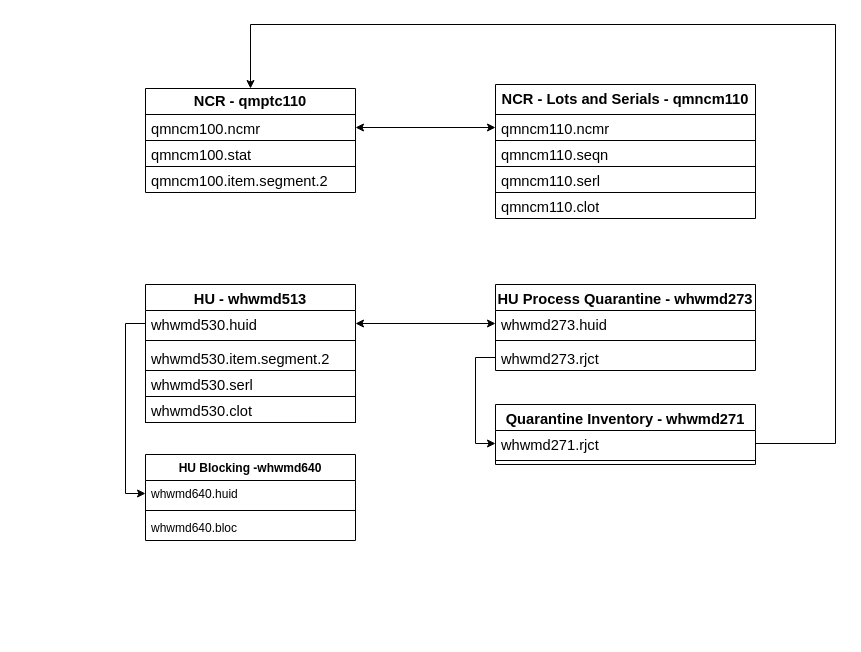
This is ER.drawio from Ruindy/ramus, a draw.io file, before an edit. Source tidied: cells renumbered, new cells numbered last; positions are measured from the earlier drawing's top-left corner, leaving out a move shared by most shapes. Both pictures are drawn from the tidied source at 100%, with x=0, y=0 at pixel (145, 24).
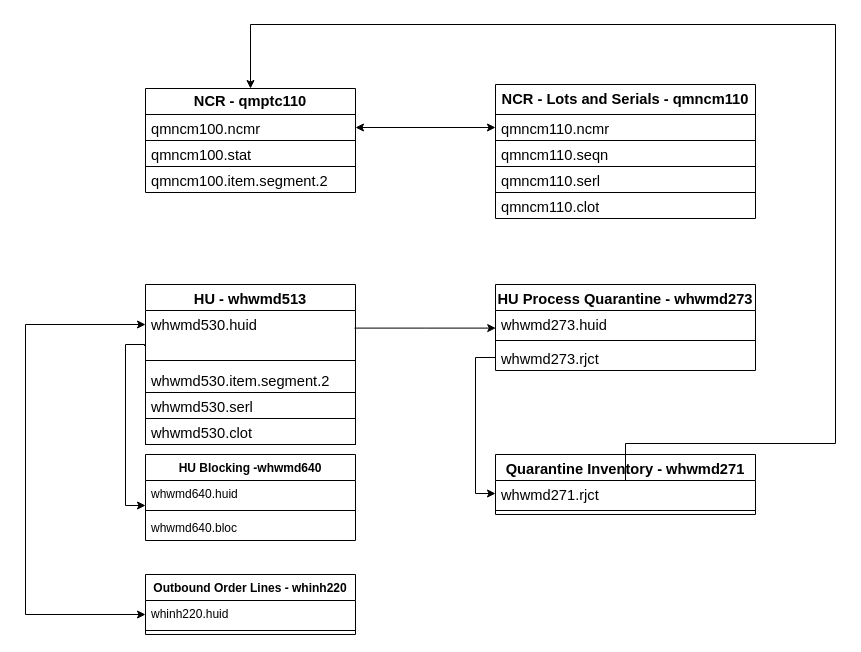
The same diagram, later.

The change refers to these unchanged cells:
```xml
<mxCell id="19" value="&lt;span style=&quot;font-size:11.0pt;mso-bidi-font-size:10.0pt;&lt;br/&gt;font-family:&amp;quot;Calibri&amp;quot;,sans-serif;mso-fareast-font-family:&amp;quot;Times New Roman&amp;quot;;&lt;br/&gt;mso-bidi-font-family:&amp;quot;Times New Roman&amp;quot;;mso-ansi-language:EN-US;mso-fareast-language:&lt;br/&gt;RU;mso-bidi-language:AR-SA&quot;&gt;whwmd273.huid&lt;/span&gt;" style="text;strokeColor=none;fillColor=none;align=left;verticalAlign=top;spacingLeft=4;spacingRight=4;overflow=hidden;points=[[0,0.5],[1,0.5]];portConstraint=eastwest;whiteSpace=wrap;html=1;" parent="18" vertex="1">
  <mxGeometry y="26" width="260" height="26" as="geometry" />
</mxCell>
<mxCell id="29" value="whwmd640.huid" style="text;strokeColor=none;fillColor=none;align=left;verticalAlign=top;spacingLeft=4;spacingRight=4;overflow=hidden;points=[[0,0.5],[1,0.5]];portConstraint=eastwest;whiteSpace=wrap;html=1;" parent="28" vertex="1">
  <mxGeometry y="26" width="210" height="26" as="geometry" />
</mxCell>
```

The edit, as a diff of the source:
```diff
@@
     <mxCell id="12" value="&lt;b&gt;&lt;span style=&quot;font-size:11.0pt;mso-bidi-font-size:&lt;br/&gt;10.0pt;font-family:&amp;quot;Calibri&amp;quot;,sans-serif;mso-fareast-font-family:&amp;quot;Times New Roman&amp;quot;;&lt;br/&gt;mso-bidi-font-family:&amp;quot;Times New Roman&amp;quot;;mso-ansi-language:EN-US;mso-fareast-language:&lt;br/&gt;RU;mso-bidi-language:AR-SA&quot;&gt;HU - whwmd513&lt;br&gt;&lt;/span&gt;&lt;/b&gt;" style="swimlane;fontStyle=1;align=center;verticalAlign=top;horizontal=1;startSize=26;whiteSpace=wrap;html=1;" parent="1" vertex="1">
-      <mxGeometry y="260" width="210" height="138" as="geometry" />
+      <mxGeometry y="260" width="210" height="160" as="geometry" />
     </mxCell>
     <mxCell id="13" value="&lt;span style=&quot;font-size:11.0pt;mso-bidi-font-size:&lt;br/&gt;10.0pt;font-family:&amp;quot;Calibri&amp;quot;,sans-serif;mso-fareast-font-family:&amp;quot;Times New Roman&amp;quot;;&lt;br/&gt;mso-bidi-font-family:&amp;quot;Times New Roman&amp;quot;;mso-ansi-language:RU;mso-fareast-language:&lt;br/&gt;RU;mso-bidi-language:AR-SA&quot; lang=&quot;RU&quot;&gt;whwmd530&lt;/span&gt;&lt;span style=&quot;font-size:11.0pt;&lt;br/&gt;mso-bidi-font-size:10.0pt;font-family:&amp;quot;Calibri&amp;quot;,sans-serif;mso-fareast-font-family:&lt;br/&gt;&amp;quot;Times New Roman&amp;quot;;mso-bidi-font-family:&amp;quot;Times New Roman&amp;quot;;mso-ansi-language:&lt;br/&gt;EN-US;mso-fareast-language:RU;mso-bidi-language:AR-SA&quot;&gt;.huid&lt;/span&gt;" style="text;strokeColor=none;fillColor=none;align=left;verticalAlign=top;spacingLeft=4;spacingRight=4;overflow=hidden;points=[[0,0.5],[1,0.5]];portConstraint=eastwest;whiteSpace=wrap;html=1;" parent="12" vertex="1">
-      <mxGeometry y="26" width="210" height="26" as="geometry" />
+      <mxGeometry y="26" width="210" height="44" as="geometry" />
     </mxCell>
     <mxCell id="14" style="line;strokeWidth=1;fillColor=none;align=left;verticalAlign=middle;spacingTop=-1;spacingLeft=3;spacingRight=3;labelPosition=right;strokeColor=inherit;" parent="12" vertex="1">
-      <mxGeometry y="52" width="210" height="8" as="geometry" />
+      <mxGeometry y="70" width="210" height="12" as="geometry" />
     </mxCell>
     <mxCell id="15" value="&lt;span style=&quot;font-size:11.0pt;mso-bidi-font-size:&lt;br/&gt;10.0pt;font-family:&amp;quot;Calibri&amp;quot;,sans-serif;mso-fareast-font-family:&amp;quot;Times New Roman&amp;quot;;&lt;br/&gt;mso-bidi-font-family:&amp;quot;Times New Roman&amp;quot;;mso-ansi-language:RU;mso-fareast-language:&lt;br/&gt;RU;mso-bidi-language:AR-SA&quot; lang=&quot;RU&quot;&gt;whwmd530.item.segment.2&lt;/span&gt;" style="text;strokeColor=none;fillColor=none;align=left;verticalAlign=top;spacingLeft=4;spacingRight=4;overflow=hidden;whiteSpace=wrap;html=1;" parent="12" vertex="1">
-      <mxGeometry y="60" width="210" height="26" as="geometry" />
+      <mxGeometry y="82" width="210" height="26" as="geometry" />
     </mxCell>
     <mxCell id="16" value="&lt;span style=&quot;font-size:11.0pt;mso-bidi-font-size:&lt;br/&gt;10.0pt;font-family:&amp;quot;Calibri&amp;quot;,sans-serif;mso-fareast-font-family:&amp;quot;Times New Roman&amp;quot;;&lt;br/&gt;mso-bidi-font-family:&amp;quot;Times New Roman&amp;quot;;mso-ansi-language:RU;mso-fareast-language:&lt;br/&gt;RU;mso-bidi-language:AR-SA&quot; lang=&quot;RU&quot;&gt;whwmd530.serl&lt;/span&gt;" style="text;strokeColor=default;fillColor=none;align=left;verticalAlign=top;spacingLeft=4;spacingRight=4;overflow=hidden;whiteSpace=wrap;html=1;" parent="12" vertex="1">
-      <mxGeometry y="86" width="210" height="26" as="geometry" />
+      <mxGeometry y="108" width="210" height="26" as="geometry" />
     </mxCell>
     <mxCell id="17" value="&lt;span style=&quot;font-size:11.0pt;mso-bidi-font-size:&lt;br/&gt;10.0pt;font-family:&amp;quot;Calibri&amp;quot;,sans-serif;mso-fareast-font-family:&amp;quot;Times New Roman&amp;quot;;&lt;br/&gt;mso-bidi-font-family:&amp;quot;Times New Roman&amp;quot;;mso-ansi-language:RU;mso-fareast-language:&lt;br/&gt;RU;mso-bidi-language:AR-SA&quot; lang=&quot;RU&quot;&gt;whwmd530.clot&lt;/span&gt;" style="text;strokeColor=default;fillColor=none;align=left;verticalAlign=top;spacingLeft=4;spacingRight=4;overflow=hidden;whiteSpace=wrap;html=1;" parent="12" vertex="1">
-      <mxGeometry y="112" width="210" height="26" as="geometry" />
+      <mxGeometry y="134" width="210" height="26" as="geometry" />
     </mxCell>
@@
     <mxCell id="22" value="&lt;b&gt;&lt;span style=&quot;font-size:11.0pt;mso-bidi-font-size:&lt;br/&gt;10.0pt;font-family:&amp;quot;Calibri&amp;quot;,sans-serif;mso-fareast-font-family:&amp;quot;Times New Roman&amp;quot;;&lt;br/&gt;mso-bidi-font-family:&amp;quot;Times New Roman&amp;quot;;mso-ansi-language:EN-US;mso-fareast-language:&lt;br/&gt;RU;mso-bidi-language:AR-SA&quot;&gt;Quarantine Inventory - whwmd271&lt;br&gt;&lt;/span&gt;&lt;/b&gt;" style="swimlane;fontStyle=1;align=center;verticalAlign=top;horizontal=1;startSize=26;whiteSpace=wrap;html=1;" parent="1" vertex="1">
-      <mxGeometry x="350" y="380" width="260" height="60" as="geometry" />
+      <mxGeometry x="350" y="430" width="260" height="60" as="geometry" />
     </mxCell>
@@
-    <mxCell id="25" style="edgeStyle=orthogonalEdgeStyle;rounded=0;jettySize=auto;html=1;startArrow=classic;startFill=1;" parent="1" edge="1" source="13" target="19">
-      <mxGeometry relative="1" as="geometry" />
-    </mxCell>
@@
-    <mxCell id="32" style="edgeStyle=orthogonalEdgeStyle;rounded=0;jettySize=auto;html=1;entryX=0;entryY=0.5;entryDx=0;entryDy=0;" parent="1" edge="1" source="13" target="29">
-      <mxGeometry relative="1" as="geometry" />
+    <mxCell id="32" style="edgeStyle=orthogonalEdgeStyle;rounded=0;orthogonalLoop=1;jettySize=auto;html=1;entryX=0;entryY=0.5;entryDx=0;entryDy=0;exitX=-0.005;exitY=0.535;exitDx=0;exitDy=0;exitPerimeter=0;" parent="1" edge="1">
+      <mxGeometry relative="1" as="geometry">
+        <mxPoint x="-1" y="321.5" as="sourcePoint" />
+        <mxPoint y="481" as="targetPoint" />
+        <Array as="points">
+          <mxPoint x="-1" y="320" />
+          <mxPoint x="-20" y="320" />
+          <mxPoint x="-20" y="481" />
+        </Array>
+      </mxGeometry>
     </mxCell>
+    <mxCell id="33" value="&lt;label dir=&quot;ltr&quot; id=&quot;ttdsksession-table.desc-n5&quot; style=&quot;text-align: left; width: 192.5px;&quot; class=&quot;Label TextOutputField FieldWidget&quot;&gt;Outbound Order Lines - whinh220&lt;br&gt;&lt;/label&gt;" style="swimlane;fontStyle=1;align=center;verticalAlign=top;horizontal=1;startSize=26;whiteSpace=wrap;html=1;" parent="1" vertex="1">
+      <mxGeometry y="550" width="210" height="60" as="geometry" />
+    </mxCell>
+    <mxCell id="34" value="whinh220.huid" style="text;strokeColor=none;fillColor=none;align=left;verticalAlign=top;spacingLeft=4;spacingRight=4;overflow=hidden;whiteSpace=wrap;html=1;" parent="33" vertex="1">
+      <mxGeometry y="26" width="210" height="26" as="geometry" />
+    </mxCell>
+    <mxCell id="35" style="line;strokeWidth=1;fillColor=none;align=left;verticalAlign=middle;spacingTop=-1;spacingLeft=3;spacingRight=3;labelPosition=right;strokeColor=inherit;" parent="33" vertex="1">
+      <mxGeometry y="52" width="210" height="8" as="geometry" />
+    </mxCell>
+    <mxCell id="36" style="edgeStyle=orthogonalEdgeStyle;rounded=0;orthogonalLoop=1;jettySize=auto;html=1;startArrow=classic;startFill=1;" parent="1" edge="1">
+      <mxGeometry relative="1" as="geometry">
+        <mxPoint y="590" as="sourcePoint" />
+        <mxPoint y="300" as="targetPoint" />
+        <Array as="points">
+          <mxPoint x="-120" y="590" />
+          <mxPoint x="-120" y="300" />
+        </Array>
+      </mxGeometry>
+    </mxCell>
+    <mxCell id="37" style="edgeStyle=orthogonalEdgeStyle;rounded=0;jettySize=auto;html=1;entryX=0.001;entryY=0.677;entryDx=0;entryDy=0;exitX=1;exitY=0.329;exitDx=0;exitDy=0;exitPerimeter=0;entryPerimeter=0;" parent="1" edge="1" target="19">
+      <mxGeometry relative="1" as="geometry">
+        <mxPoint x="209" y="303.6" as="sourcePoint" />
+        <Array as="points">
+          <mxPoint x="280" y="304" />
+          <mxPoint x="350" y="304" />
+        </Array>
+      </mxGeometry>
+    </mxCell>
```
